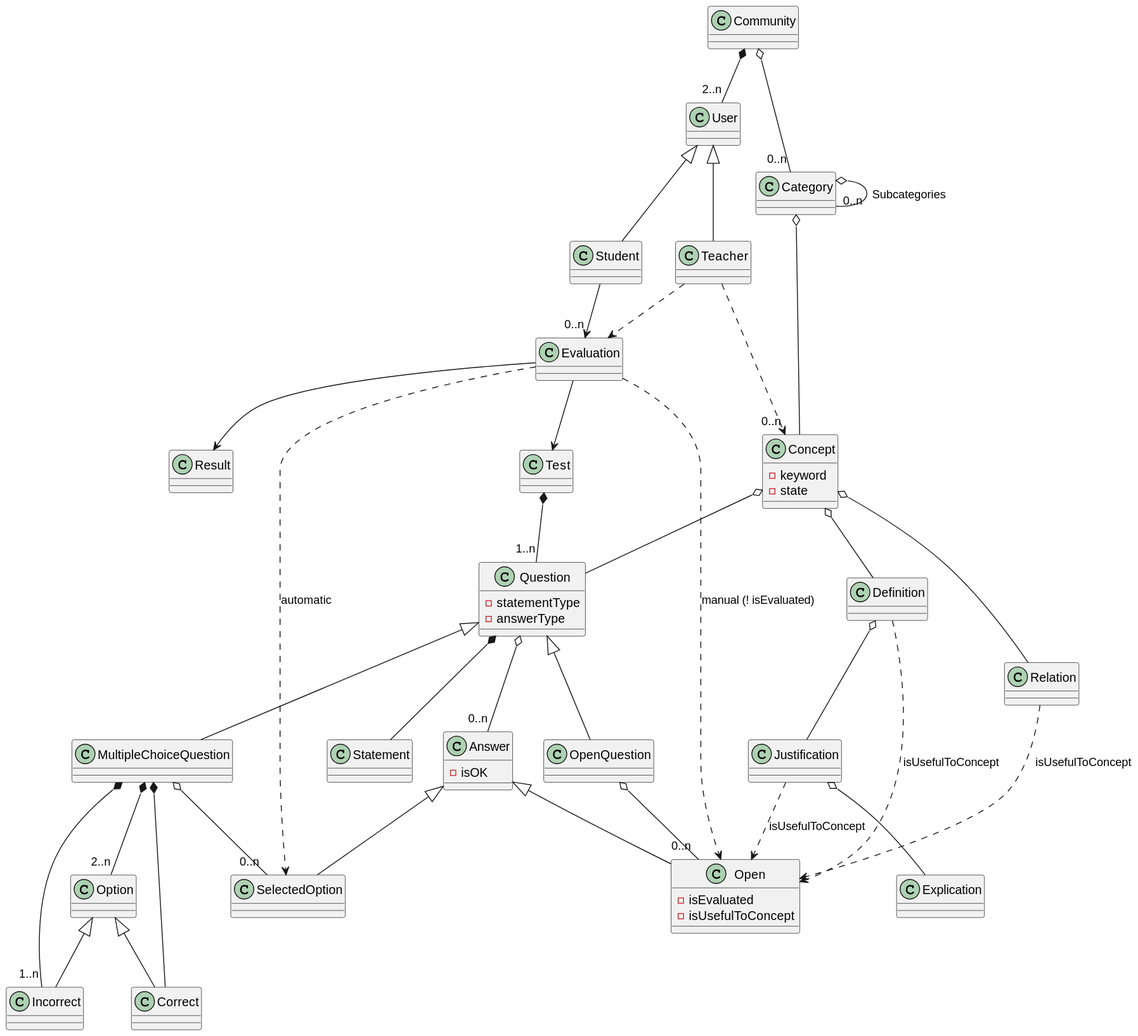
This is out/doc/dominio_clases/OpoTestDomain.svg from Joselon/ProyectoOpoTest, a PlantUML export, as it was before one commit.
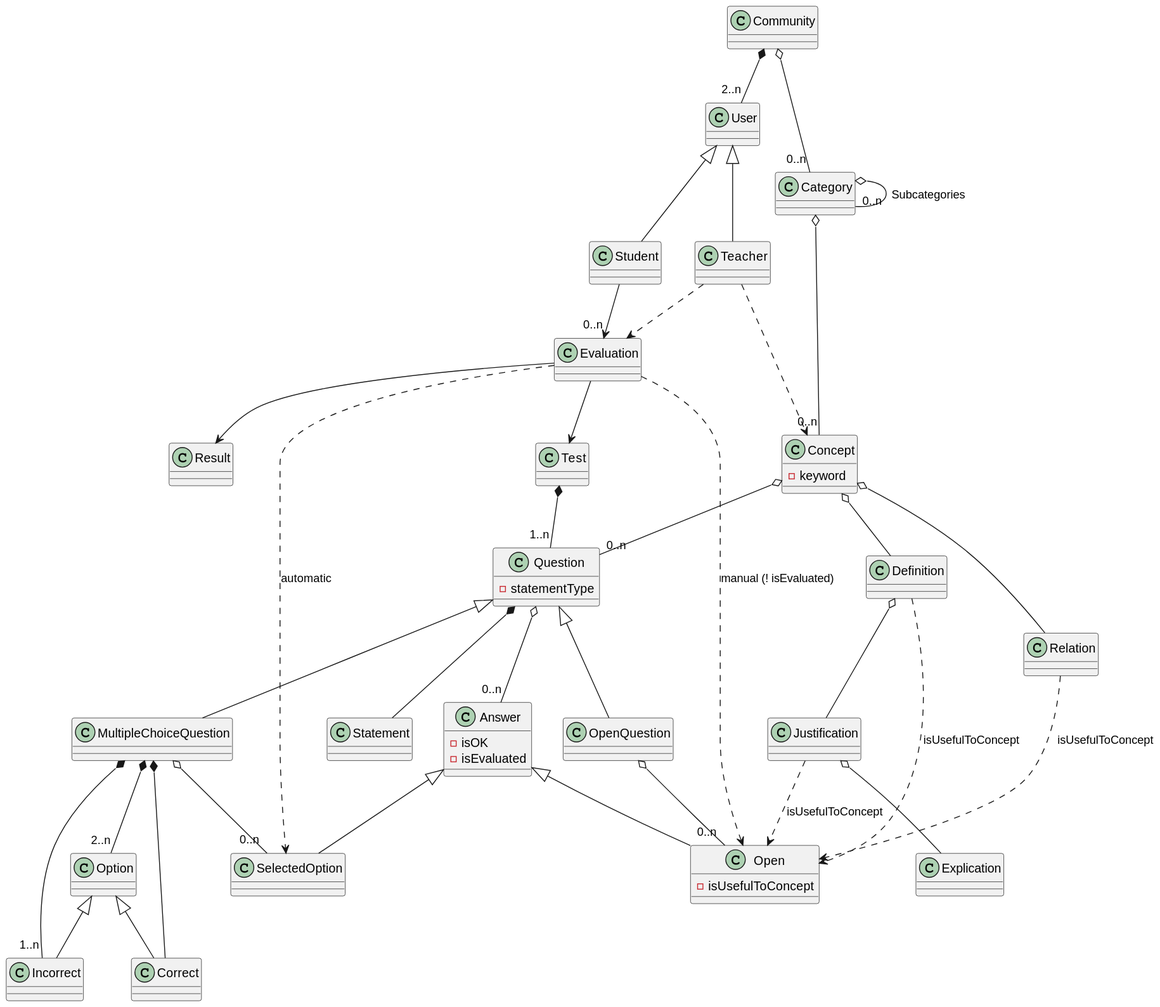
After the commit.

What changed in the source:
```diff
@@ -18,18 +18,17 @@
 
 class Concept {
     - keyword
-    - state
 }
 
 class Question {
     - statementType
-    - answerType
 }
 
 class Statement
 
 class Answer {
     - isOK
+    - isEvaluated
 }
 
 class MultipleChoiceQuestion
@@ -43,7 +42,6 @@
 Class Incorrect
 
 class Open {
-    - isEvaluated
     - isUsefulToConcept
 }
 
@@ -58,9 +56,9 @@
 User <|-- Teacher
 User <|-- Student
 
-Teacher ..>"0..n" Concept
-Category o-- Concept
-Concept o-- Question
+Teacher ..> Concept
+Category o--"0..n" Concept
+Concept o--"0..n" Question
 Concept o-- Definition
 Definition o-- Justification
 Justification o-- Explication
```
